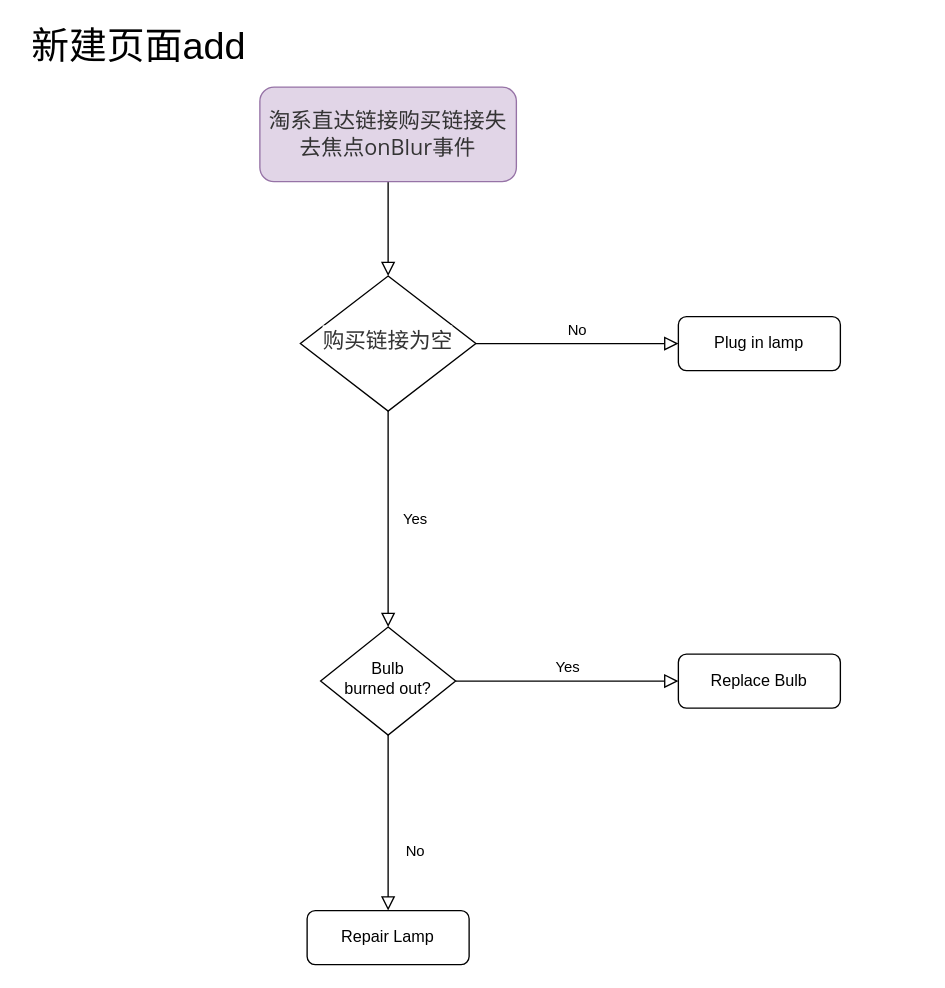
AnneLau/-algorithm_bubble keeps this draw.io diagram as 事件图.drawio. Above is the earlier version. Source tidied: cells renumbered, new cells numbered last; positions are measured from the earlier drawing's top-left corner, leaving out a move shared by most shapes. Both pictures are drawn from the tidied source at 135%, with x=0, y=0 at pixel (23, 26).
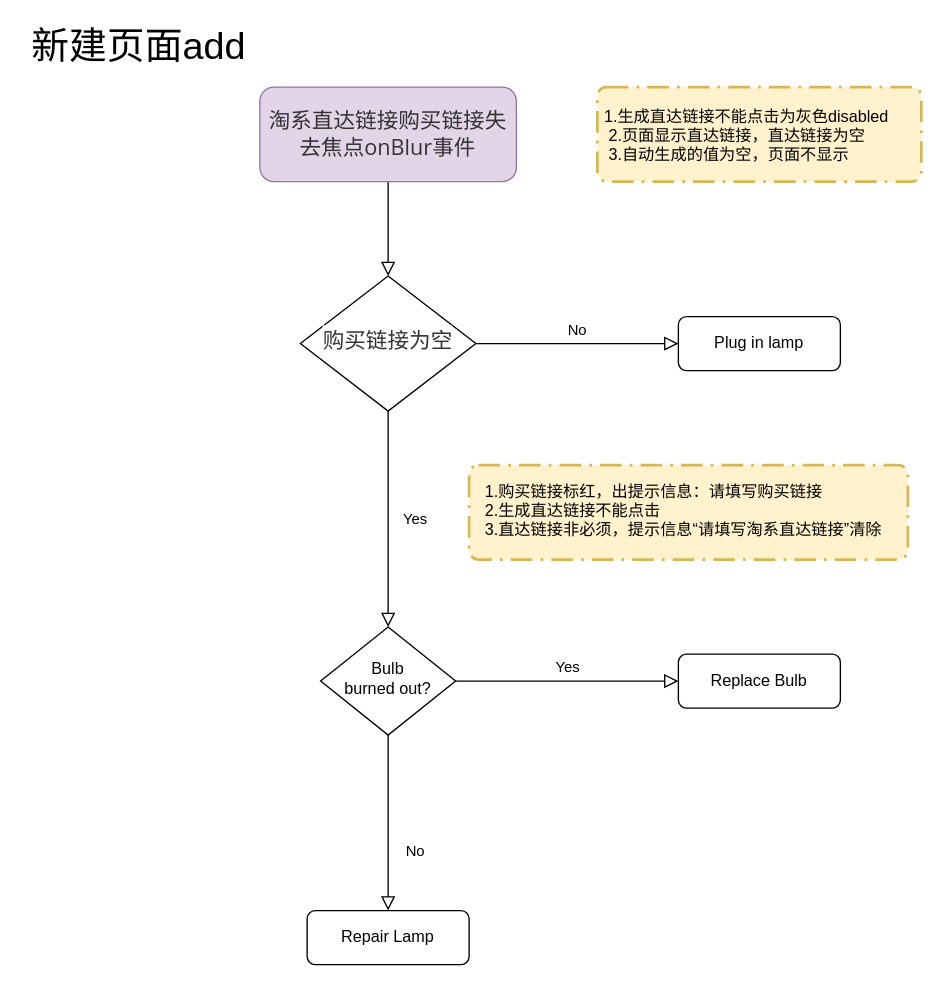
The same diagram, later.

Change to the diagram source:
```diff
@@
 <mxGraphModel>
   <root>
     <mxCell id="0" />
     <mxCell id="1" parent="0" />
     <mxCell id="2" style="rounded=0;html=1;jettySize=auto;fontSize=11;endArrow=block;endFill=0;endSize=8;strokeWidth=1;shadow=0;labelBackgroundColor=none;edgeStyle=orthogonalEdgeStyle;" parent="1" edge="1" source="3" target="6">
       <mxGeometry relative="1" as="geometry" />
     </mxCell>
     <mxCell id="3" value="&lt;font color=&quot;#333333&quot; face=&quot;open sans, clear sans, helvetica neue, helvetica, arial, sans-serif&quot;&gt;&lt;span style=&quot;font-size: 16px&quot;&gt;淘系直达链接购买链接失去焦点onBlur事件&lt;/span&gt;&lt;/font&gt;" style="rounded=1;whiteSpace=wrap;html=1;fontSize=12;glass=0;strokeWidth=1;shadow=0;fillColor=#e1d5e7;strokeColor=#9673a6;" parent="1" vertex="1">
       <mxGeometry x="175" y="45" width="190" height="70" as="geometry" />
     </mxCell>
     <mxCell id="4" value="Yes" style="rounded=0;html=1;jettySize=auto;fontSize=11;endArrow=block;endFill=0;endSize=8;strokeWidth=1;shadow=0;labelBackgroundColor=none;edgeStyle=orthogonalEdgeStyle;" parent="1" edge="1" source="6" target="10">
       <mxGeometry y="20" relative="1" as="geometry" />
     </mxCell>
     <mxCell id="5" value="No" style="edgeStyle=orthogonalEdgeStyle;rounded=0;html=1;jettySize=auto;fontSize=11;endArrow=block;endFill=0;endSize=8;strokeWidth=1;shadow=0;labelBackgroundColor=none;" parent="1" edge="1" source="6" target="7">
       <mxGeometry y="10" relative="1" as="geometry" />
     </mxCell>
     <mxCell id="6" value="&lt;span style=&quot;color: rgb(51 , 51 , 51) ; font-family: &amp;#34;open sans&amp;#34; , &amp;#34;clear sans&amp;#34; , &amp;#34;helvetica neue&amp;#34; , &amp;#34;helvetica&amp;#34; , &amp;#34;arial&amp;#34; , sans-serif ; font-size: 16px ; background-color: rgb(255 , 255 , 255)&quot;&gt;购买链接为空&lt;/span&gt;" style="rhombus;whiteSpace=wrap;html=1;shadow=0;fontFamily=Helvetica;fontSize=12;align=center;strokeWidth=1;spacing=6;spacingTop=-4;" parent="1" vertex="1">
       <mxGeometry x="205" y="185" width="130" height="100" as="geometry" />
     </mxCell>
     <mxCell id="7" value="Plug in lamp" style="rounded=1;whiteSpace=wrap;html=1;fontSize=12;glass=0;strokeWidth=1;shadow=0;" parent="1" vertex="1">
       <mxGeometry x="485" y="215" width="120" height="40" as="geometry" />
     </mxCell>
     <mxCell id="8" value="No" style="rounded=0;html=1;jettySize=auto;fontSize=11;endArrow=block;endFill=0;endSize=8;strokeWidth=1;shadow=0;labelBackgroundColor=none;edgeStyle=orthogonalEdgeStyle;" parent="1" edge="1" source="10" target="11">
       <mxGeometry x="0.33" y="20" relative="1" as="geometry" />
     </mxCell>
     <mxCell id="9" value="Yes" style="edgeStyle=orthogonalEdgeStyle;rounded=0;html=1;jettySize=auto;fontSize=11;endArrow=block;endFill=0;endSize=8;strokeWidth=1;shadow=0;labelBackgroundColor=none;" parent="1" edge="1" source="10" target="12">
       <mxGeometry y="10" relative="1" as="geometry" />
     </mxCell>
     <mxCell id="10" value="Bulb&lt;br&gt;burned out?" style="rhombus;whiteSpace=wrap;html=1;shadow=0;fontFamily=Helvetica;fontSize=12;align=center;strokeWidth=1;spacing=6;spacingTop=-4;" parent="1" vertex="1">
       <mxGeometry x="220" y="445" width="100" height="80" as="geometry" />
     </mxCell>
     <mxCell id="11" value="Repair Lamp" style="rounded=1;whiteSpace=wrap;html=1;fontSize=12;glass=0;strokeWidth=1;shadow=0;" parent="1" vertex="1">
       <mxGeometry x="210" y="655" width="120" height="40" as="geometry" />
     </mxCell>
     <mxCell id="12" value="Replace Bulb" style="rounded=1;whiteSpace=wrap;html=1;fontSize=12;glass=0;strokeWidth=1;shadow=0;" parent="1" vertex="1">
       <mxGeometry x="485" y="465" width="120" height="40" as="geometry" />
     </mxCell>
     <mxCell id="13" value="&lt;font style=&quot;font-size: 28px&quot;&gt;新建页面add&lt;/font&gt;" style="text;html=1;align=center;verticalAlign=middle;" parent="1" vertex="1">
       <mxGeometry width="170" height="30" as="geometry" />
     </mxCell>
+    <mxCell id="14" value=" 1.生成直达链接不能点击为灰色disabled&#10;  2.页面显示直达链接，直达链接为空&#10;  3.自动生成的值为空，页面不显示" style="rounded=1;arcSize=10;dashed=1;strokeColor=#d6b656;fillColor=#fff2cc;dashPattern=8 3 1 3;strokeWidth=2;align=left;spacingTop=1;" parent="1" vertex="1">
+      <mxGeometry x="425" y="45" width="240" height="70" as="geometry" />
+    </mxCell>
+    <mxCell id="15" value="1.购买链接标红，出提示信息：请填写购买链接&#10;2.生成直达链接不能点击&#10;3.直达链接非必须，提示信息“请填写淘系直达链接”清除&#10;" style="rounded=1;arcSize=10;dashed=1;strokeColor=#d6b656;fillColor=#fff2cc;dashPattern=8 3 1 3;strokeWidth=2;align=left;spacingTop=10;spacingLeft=10;" parent="1" vertex="1">
+      <mxGeometry x="330" y="325" width="325" height="70" as="geometry" />
+    </mxCell>
   </root>
 </mxGraphModel>
```
